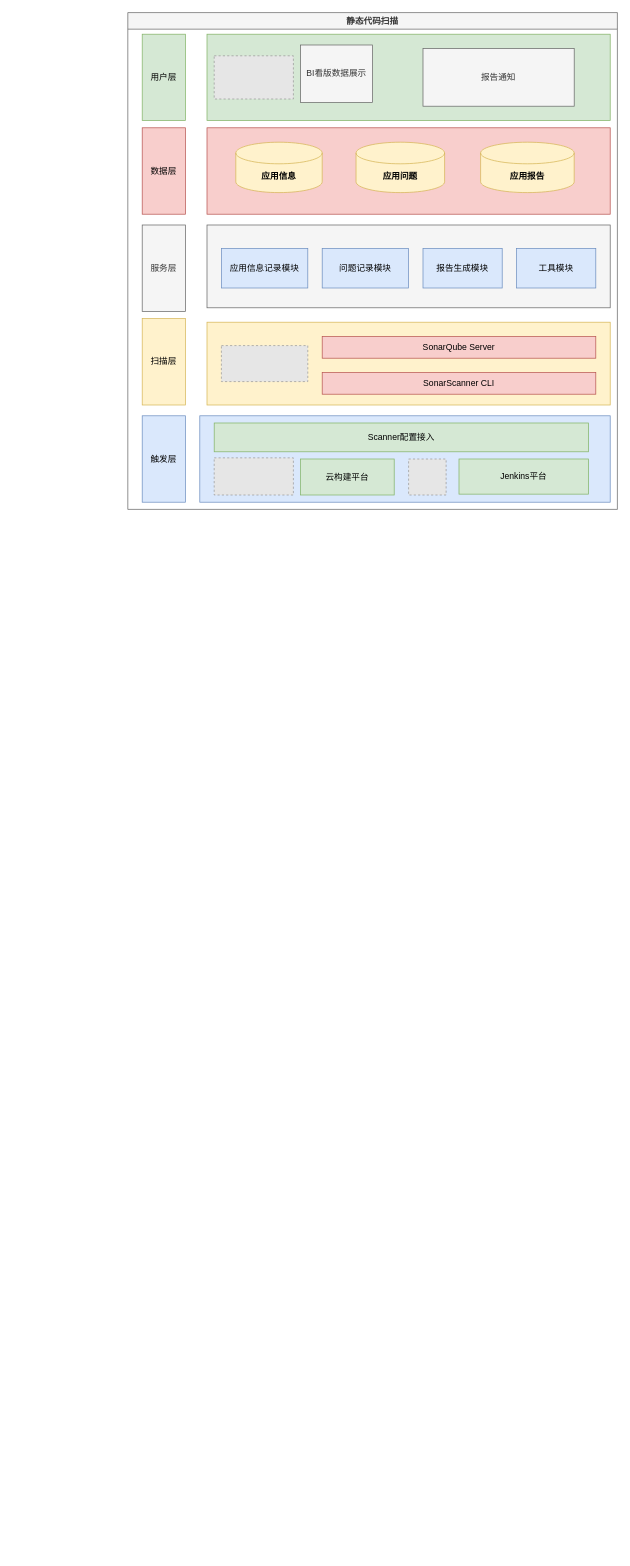
The draw.io diagram 好未来/静态代码扫描/代码扫描-架构图.drawio in dongjinmin-710/my-darwio, before the edit. Source tidied: cells renumbered, new cells numbered last; positions are measured from the earlier drawing's top-left corner, leaving out a move shared by most shapes. Both pictures are drawn from the tidied source at 72%, with x=0, y=0 at pixel (127, 12). Pictures stored in the file or linked from it are replaced by grey dashed boxes.
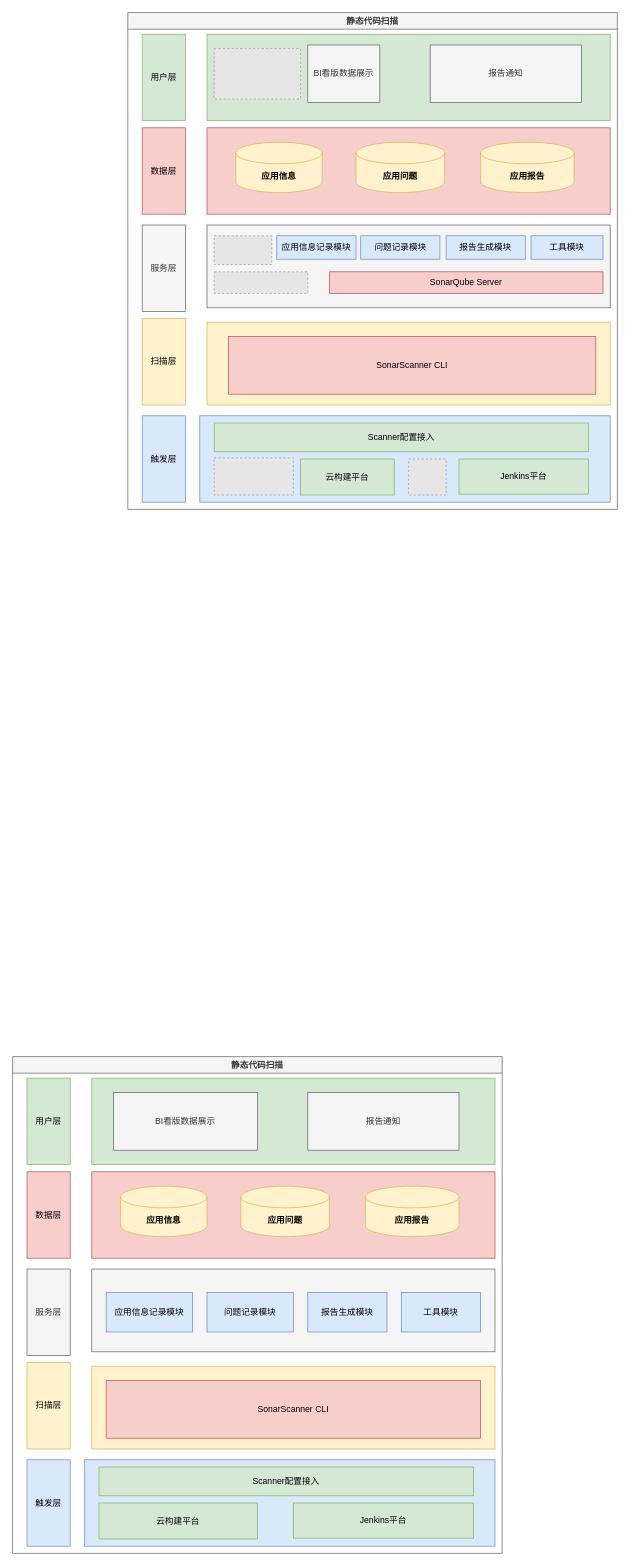
Above is the later version.

Commit message:
更新代码扫描-架构图.drawio

Unchanged cells that the change refers to:
```xml
<mxCell id="2" value="静态代码扫描" style="swimlane;fillColor=#f5f5f5;strokeColor=#666666;fontColor=#333333;" parent="1" vertex="1">
  <mxGeometry width="680" height="690" as="geometry" />
</mxCell>
```

What changed in the source:
```diff
@@
+    <mxCell id="14" style="rounded=0;whiteSpace=wrap;html=1;fillColor=#f5f5f5;fontColor=#333333;strokeColor=#666666;" parent="2" vertex="1">
+      <mxGeometry x="110" y="295" width="560" height="115" as="geometry" />
+    </mxCell>
@@
     <mxCell id="12" value="SonarScanner CLI" style="rounded=0;whiteSpace=wrap;html=1;fillColor=#f8cecc;strokeColor=#b85450;" parent="2" vertex="1">
-      <mxGeometry x="270" y="500" width="380" height="30" as="geometry" />
+      <mxGeometry x="140" y="450" width="510" height="80" as="geometry" />
     </mxCell>
     <mxCell id="13" value="SonarQube Server" style="rounded=0;whiteSpace=wrap;html=1;fillColor=#f8cecc;strokeColor=#b85450;" parent="2" vertex="1">
-      <mxGeometry x="270" y="450" width="380" height="30" as="geometry" />
+      <mxGeometry x="280" y="360" width="380" height="30" as="geometry" />
     </mxCell>
-    <mxCell id="14" style="rounded=0;whiteSpace=wrap;html=1;fillColor=#f5f5f5;fontColor=#333333;strokeColor=#666666;" parent="2" vertex="1">
-      <mxGeometry x="110" y="295" width="560" height="115" as="geometry" />
-    </mxCell>
@@
     <mxCell id="16" value="&lt;div style=&quot;orphans: 4;&quot;&gt;应用信息记录模块&lt;/div&gt;" style="rounded=0;whiteSpace=wrap;html=1;fillColor=#dae8fc;strokeColor=#6c8ebf;" parent="2" vertex="1">
-      <mxGeometry x="130" y="327.5" width="120" height="55" as="geometry" />
+      <mxGeometry x="207" y="310" width="110" height="32.5" as="geometry" />
     </mxCell>
     <mxCell id="17" value="问题记录模块" style="rounded=0;whiteSpace=wrap;html=1;fillColor=#dae8fc;strokeColor=#6c8ebf;" parent="2" vertex="1">
-      <mxGeometry x="270" y="327.5" width="120" height="55" as="geometry" />
+      <mxGeometry x="323.5" y="310" width="110" height="32.5" as="geometry" />
     </mxCell>
     <mxCell id="18" value="报告生成模块" style="rounded=0;whiteSpace=wrap;html=1;fillColor=#dae8fc;strokeColor=#6c8ebf;" parent="2" vertex="1">
-      <mxGeometry x="410" y="327.5" width="110" height="55" as="geometry" />
+      <mxGeometry x="442.1" y="310" width="110" height="32.5" as="geometry" />
     </mxCell>
     <mxCell id="19" value="工具模块" style="rounded=0;whiteSpace=wrap;html=1;fillColor=#dae8fc;strokeColor=#6c8ebf;" parent="2" vertex="1">
-      <mxGeometry x="540" y="327.5" width="110" height="55" as="geometry" />
+      <mxGeometry x="560" y="310" width="100" height="32.5" as="geometry" />
     </mxCell>
@@
     <mxCell id="25" value="BI看版数据展示" style="rounded=0;whiteSpace=wrap;html=1;fillColor=#f5f5f5;fontColor=#333333;strokeColor=#666666;" parent="2" vertex="1">
-      <mxGeometry x="240" y="45" width="100" height="80" as="geometry" />
+      <mxGeometry x="250" y="45" width="100" height="80" as="geometry" />
     </mxCell>
     <mxCell id="26" value="报告通知" style="rounded=0;whiteSpace=wrap;html=1;fillColor=#f5f5f5;fontColor=#333333;strokeColor=#666666;" parent="2" vertex="1">
-      <mxGeometry x="410" y="50" width="210" height="80" as="geometry" />
+      <mxGeometry x="420" y="45" width="210" height="80" as="geometry" />
     </mxCell>
@@
     <mxCell id="29" style="fillColor=#E6E6E6;strokeColor=#999999;dashed=1;verticalLabelPosition=bottom;labelBackgroundColor=default;verticalAlign=top;" parent="2" vertex="1">
-      <mxGeometry x="130" y="462.5" width="120" height="50" as="geometry" />
+      <mxGeometry x="120" y="360" width="130" height="30" as="geometry" />
     </mxCell>
     <mxCell id="30" style="fillColor=#E6E6E6;strokeColor=#999999;dashed=1;verticalLabelPosition=bottom;labelBackgroundColor=default;verticalAlign=top;" parent="2" vertex="1">
-      <mxGeometry x="120" y="60" width="110" height="60" as="geometry" />
+      <mxGeometry x="120" y="50" width="120" height="70" as="geometry" />
     </mxCell>
+    <mxCell id="31" style="fillColor=#E6E6E6;strokeColor=#999999;dashed=1;verticalLabelPosition=bottom;labelBackgroundColor=default;verticalAlign=top;" parent="2" vertex="1">
+      <mxGeometry x="120" y="310" width="80" height="40" as="geometry" />
+    </mxCell>
+    <mxCell id="32" value="静态代码扫描" style="swimlane;fillColor=#f5f5f5;strokeColor=#666666;fontColor=#333333;" parent="1" vertex="1">
+      <mxGeometry x="-160" y="1450" width="680" height="690" as="geometry" />
+    </mxCell>
+    <mxCell id="33" style="rounded=0;whiteSpace=wrap;html=1;fillColor=#dae8fc;strokeColor=#6c8ebf;" parent="32" vertex="1">
+      <mxGeometry x="100" y="560" width="570" height="120" as="geometry" />
+    </mxCell>
+    <mxCell id="34" value="触发层" style="whiteSpace=wrap;html=1;fillColor=#dae8fc;strokeColor=#6c8ebf;" parent="32" vertex="1">
+      <mxGeometry x="20" y="560" width="60" height="120" as="geometry" />
+    </mxCell>
+    <mxCell id="35" value="服务层" style="whiteSpace=wrap;html=1;fillColor=#f5f5f5;fontColor=#333333;strokeColor=#666666;" parent="32" vertex="1">
+      <mxGeometry x="20" y="295" width="60" height="120" as="geometry" />
+    </mxCell>
+    <mxCell id="36" value="扫描层" style="whiteSpace=wrap;html=1;fillColor=#fff2cc;strokeColor=#d6b656;" parent="32" vertex="1">
+      <mxGeometry x="20" y="425" width="60" height="120" as="geometry" />
+    </mxCell>
+    <mxCell id="37" value="数据层" style="whiteSpace=wrap;html=1;fillColor=#f8cecc;strokeColor=#b85450;" parent="32" vertex="1">
+      <mxGeometry x="20" y="160" width="60" height="120" as="geometry" />
+    </mxCell>
+    <mxCell id="38" value="用户层" style="whiteSpace=wrap;html=1;fillColor=#d5e8d4;strokeColor=#82b366;" parent="32" vertex="1">
+      <mxGeometry x="20" y="30" width="60" height="120" as="geometry" />
+    </mxCell>
+    <mxCell id="39" style="rounded=0;whiteSpace=wrap;html=1;fillColor=#d5e8d4;strokeColor=#82b366;" parent="32" vertex="1">
+      <mxGeometry x="110" y="30" width="560" height="120" as="geometry" />
+    </mxCell>
+    <mxCell id="40" value="&lt;span style=&quot;text-wrap-mode: nowrap;&quot;&gt;云构建平台&lt;/span&gt;" style="rounded=0;whiteSpace=wrap;html=1;fillColor=#d5e8d4;strokeColor=#82b366;" parent="32" vertex="1">
+      <mxGeometry x="120" y="620" width="220" height="50" as="geometry" />
+    </mxCell>
+    <mxCell id="41" style="rounded=0;whiteSpace=wrap;html=1;fillColor=#fff2cc;strokeColor=#d6b656;" parent="32" vertex="1">
+      <mxGeometry x="110" y="430" width="560" height="115" as="geometry" />
+    </mxCell>
+    <mxCell id="42" value="SonarScanner CLI" style="rounded=0;whiteSpace=wrap;html=1;fillColor=#f8cecc;strokeColor=#b85450;" parent="32" vertex="1">
+      <mxGeometry x="130" y="450" width="520" height="80" as="geometry" />
+    </mxCell>
+    <mxCell id="43" style="rounded=0;whiteSpace=wrap;html=1;fillColor=#f5f5f5;fontColor=#333333;strokeColor=#666666;" parent="32" vertex="1">
+      <mxGeometry x="110" y="295" width="560" height="115" as="geometry" />
+    </mxCell>
+    <mxCell id="44" style="rounded=0;whiteSpace=wrap;html=1;fillColor=#f8cecc;strokeColor=#b85450;" parent="32" vertex="1">
+      <mxGeometry x="110" y="160" width="560" height="120" as="geometry" />
+    </mxCell>
+    <mxCell id="45" value="&lt;div style=&quot;orphans: 4;&quot;&gt;应用信息记录模块&lt;/div&gt;" style="rounded=0;whiteSpace=wrap;html=1;fillColor=#dae8fc;strokeColor=#6c8ebf;" parent="32" vertex="1">
+      <mxGeometry x="130" y="327.5" width="120" height="55" as="geometry" />
+    </mxCell>
+    <mxCell id="46" value="问题记录模块" style="rounded=0;whiteSpace=wrap;html=1;fillColor=#dae8fc;strokeColor=#6c8ebf;" parent="32" vertex="1">
+      <mxGeometry x="270" y="327.5" width="120" height="55" as="geometry" />
+    </mxCell>
+    <mxCell id="47" value="报告生成模块" style="rounded=0;whiteSpace=wrap;html=1;fillColor=#dae8fc;strokeColor=#6c8ebf;" parent="32" vertex="1">
+      <mxGeometry x="410" y="327.5" width="110" height="55" as="geometry" />
+    </mxCell>
+    <mxCell id="48" value="工具模块" style="rounded=0;whiteSpace=wrap;html=1;fillColor=#dae8fc;strokeColor=#6c8ebf;" parent="32" vertex="1">
+      <mxGeometry x="540" y="327.5" width="110" height="55" as="geometry" />
+    </mxCell>
+    <mxCell id="49" value="Jenkins平台" style="rounded=0;whiteSpace=wrap;html=1;fillColor=#d5e8d4;strokeColor=#82b366;" parent="32" vertex="1">
+      <mxGeometry x="390" y="620" width="250" height="48.8" as="geometry" />
+    </mxCell>
+    <mxCell id="50" value="应用信息" style="shape=cylinder3;whiteSpace=wrap;html=1;boundedLbl=1;backgroundOutline=1;size=15;fillColor=#fff2cc;strokeColor=#d6b656;fontStyle=1;" parent="32" vertex="1">
+      <mxGeometry x="150" y="180" width="120" height="70" as="geometry" />
+    </mxCell>
+    <mxCell id="51" value="应用问题" style="shape=cylinder3;whiteSpace=wrap;html=1;boundedLbl=1;backgroundOutline=1;size=15;fillColor=#fff2cc;strokeColor=#d6b656;fontStyle=1;" parent="32" vertex="1">
+      <mxGeometry x="317" y="180" width="123" height="70" as="geometry" />
+    </mxCell>
+    <mxCell id="52" value="应用报告" style="shape=cylinder3;whiteSpace=wrap;html=1;boundedLbl=1;backgroundOutline=1;size=15;fillColor=#fff2cc;strokeColor=#d6b656;fontStyle=1;" parent="32" vertex="1">
+      <mxGeometry x="490" y="180" width="130" height="70" as="geometry" />
+    </mxCell>
+    <mxCell id="53" value="&lt;span style=&quot;text-wrap-mode: nowrap;&quot;&gt;Scanner配置接入&lt;/span&gt;" style="rounded=0;whiteSpace=wrap;html=1;fillColor=#d5e8d4;strokeColor=#82b366;" parent="32" vertex="1">
+      <mxGeometry x="120" y="570" width="520" height="40" as="geometry" />
+    </mxCell>
+    <mxCell id="54" value="BI看版数据展示" style="rounded=0;whiteSpace=wrap;html=1;fillColor=#f5f5f5;fontColor=#333333;strokeColor=#666666;" parent="32" vertex="1">
+      <mxGeometry x="140" y="50" width="200" height="80" as="geometry" />
+    </mxCell>
+    <mxCell id="55" value="报告通知" style="rounded=0;whiteSpace=wrap;html=1;fillColor=#f5f5f5;fontColor=#333333;strokeColor=#666666;" parent="32" vertex="1">
+      <mxGeometry x="410" y="50" width="210" height="80" as="geometry" />
+    </mxCell>
```
